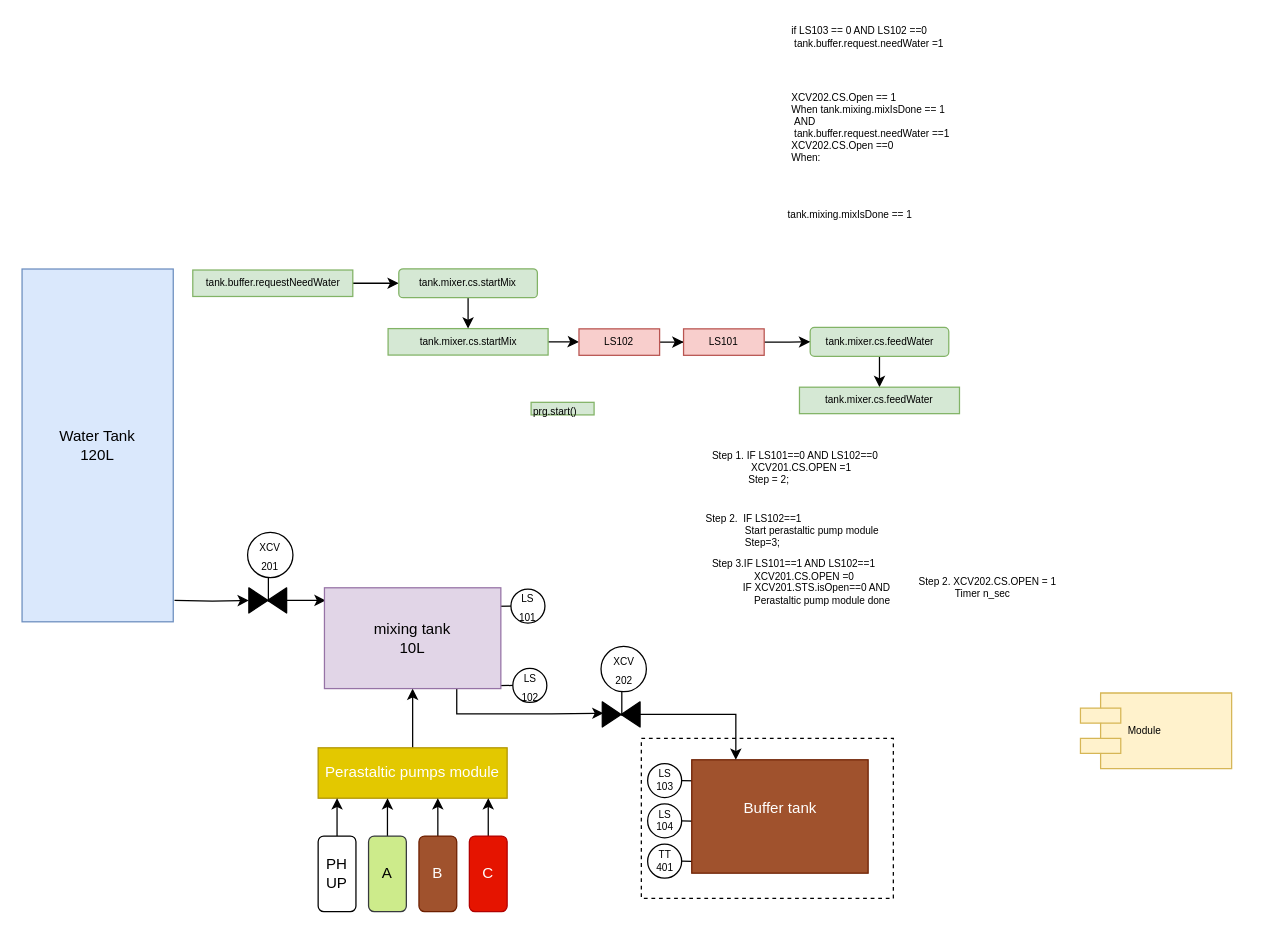
Above: растворный_узел.drawio in Johnystu/draw_io (draw.io), before the change. Source tidied: cells renumbered, new cells numbered last; positions are measured from the earlier drawing's top-left corner, leaving out a move shared by most shapes. Both pictures are drawn from the tidied source at 126%, with x=0, y=0 at pixel (21, 21).
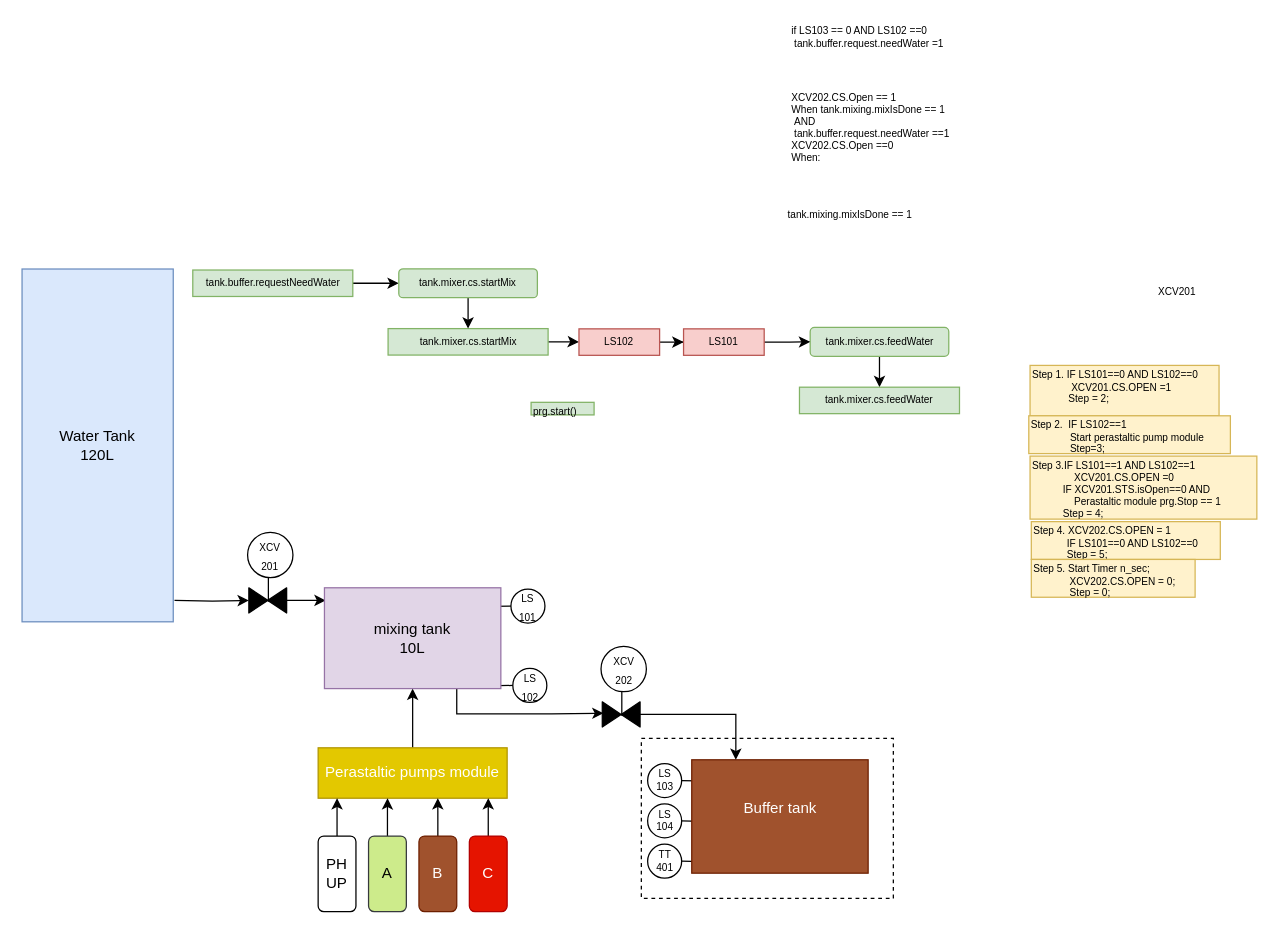
After the change.

What changed in the source:
```diff
@@
-    <mxCell id="52" value="Module" style="shape=component;align=left;spacingLeft=36;fillColor=#fff2cc;fontSize=8;strokeColor=#d6b656;" parent="1" vertex="1">
-      <mxGeometry x="840" y="532.5" width="120" height="60" as="geometry" />
-    </mxCell>
@@
-    <mxCell id="61" value="&lt;div&gt;Step 1. IF LS101==0 AND LS102==0&lt;/div&gt;&lt;div&gt;&amp;nbsp;&amp;nbsp;&amp;nbsp;&amp;nbsp;&amp;nbsp;&amp;nbsp;&amp;nbsp;&amp;nbsp;&amp;nbsp;&amp;nbsp;&amp;nbsp;&amp;nbsp;&amp;nbsp; XCV201.CS.OPEN =1&lt;/div&gt;&lt;div&gt;&amp;nbsp;&amp;nbsp;&amp;nbsp;&amp;nbsp;&amp;nbsp;&amp;nbsp;&amp;nbsp;&amp;nbsp;&amp;nbsp;&amp;nbsp;&amp;nbsp;&amp;nbsp; Step = 2;&lt;br&gt;&lt;div&gt;&lt;br&gt;&lt;/div&gt;&lt;/div&gt;" style="text;html=1;align=left;verticalAlign=top;spacingTop=-4;fontSize=8;" parent="1" vertex="1">
-      <mxGeometry x="545.5" y="337" width="150" height="40" as="geometry" />
+    <mxCell id="61" value="&lt;div&gt;Step 1. IF LS101==0 AND LS102==0&lt;/div&gt;&lt;div&gt;&amp;nbsp;&amp;nbsp;&amp;nbsp;&amp;nbsp;&amp;nbsp;&amp;nbsp;&amp;nbsp;&amp;nbsp;&amp;nbsp;&amp;nbsp;&amp;nbsp;&amp;nbsp;&amp;nbsp; XCV201.CS.OPEN =1&lt;/div&gt;&lt;div&gt;&amp;nbsp;&amp;nbsp;&amp;nbsp;&amp;nbsp;&amp;nbsp;&amp;nbsp;&amp;nbsp;&amp;nbsp;&amp;nbsp;&amp;nbsp;&amp;nbsp;&amp;nbsp; Step = 2;&lt;br&gt;&lt;div&gt;&lt;br&gt;&lt;/div&gt;&lt;/div&gt;" style="text;html=1;align=left;verticalAlign=top;spacingTop=-4;fontSize=8;fillColor=#fff2cc;strokeColor=#d6b656;" parent="1" vertex="1">
+      <mxGeometry x="800" y="272.5" width="150" height="40" as="geometry" />
     </mxCell>
-    <mxCell id="62" value="&lt;div&gt;Step 3.IF LS101==1 AND LS102==1&lt;/div&gt;&lt;div&gt;&amp;nbsp;&amp;nbsp;&amp;nbsp;&amp;nbsp;&amp;nbsp;&amp;nbsp;&amp;nbsp;&amp;nbsp;&amp;nbsp;&amp;nbsp;&amp;nbsp;&amp;nbsp;&amp;nbsp;&amp;nbsp; XCV201.CS.OPEN =0&lt;/div&gt;&lt;div&gt;&amp;nbsp;&amp;nbsp;&amp;nbsp;&amp;nbsp;&amp;nbsp;&amp;nbsp;&amp;nbsp;&amp;nbsp;&amp;nbsp;&amp;nbsp; IF XCV201.STS.isOpen==0 AND&lt;/div&gt;&lt;div&gt;&amp;nbsp;&amp;nbsp;&amp;nbsp;&amp;nbsp;&amp;nbsp;&amp;nbsp;&amp;nbsp;&amp;nbsp;&amp;nbsp;&amp;nbsp;&amp;nbsp;&amp;nbsp;&amp;nbsp;&amp;nbsp; Perastaltic pump module done&lt;br&gt;&lt;/div&gt;" style="text;html=1;align=left;verticalAlign=top;spacingTop=-4;fontSize=8;" parent="1" vertex="1">
-      <mxGeometry x="545.5" y="423" width="170" height="40" as="geometry" />
+    <mxCell id="62" value="&lt;div&gt;Step 3.IF LS101==1 AND LS102==1&lt;/div&gt;&lt;div&gt;&amp;nbsp;&amp;nbsp;&amp;nbsp;&amp;nbsp;&amp;nbsp;&amp;nbsp;&amp;nbsp;&amp;nbsp;&amp;nbsp;&amp;nbsp;&amp;nbsp;&amp;nbsp;&amp;nbsp;&amp;nbsp; XCV201.CS.OPEN =0&lt;/div&gt;&lt;div&gt;&amp;nbsp;&amp;nbsp;&amp;nbsp;&amp;nbsp;&amp;nbsp;&amp;nbsp;&amp;nbsp;&amp;nbsp;&amp;nbsp;&amp;nbsp; IF XCV201.STS.isOpen==0 AND&lt;/div&gt;&lt;div&gt;&amp;nbsp; &amp;nbsp; &amp;nbsp; &amp;nbsp; &amp;nbsp; &amp;nbsp; &amp;nbsp;&amp;nbsp; Perastaltic module prg.Stop == 1&lt;/div&gt;&lt;div&gt;&amp;nbsp;&amp;nbsp;&amp;nbsp;&amp;nbsp;&amp;nbsp;&amp;nbsp;&amp;nbsp;&amp;nbsp;&amp;nbsp;&amp;nbsp; Step = 4;&lt;/div&gt;" style="text;html=1;align=left;verticalAlign=top;spacingTop=-4;fontSize=8;fillColor=#fff2cc;strokeColor=#d6b656;" parent="1" vertex="1">
+      <mxGeometry x="800" y="344.5" width="180" height="50" as="geometry" />
     </mxCell>
-    <mxCell id="63" value="&lt;div&gt;Step 2. XCV202.CS.OPEN = 1&lt;br&gt;&lt;/div&gt;&lt;div&gt;&amp;nbsp;&amp;nbsp;&amp;nbsp;&amp;nbsp;&amp;nbsp;&amp;nbsp;&amp;nbsp;&amp;nbsp;&amp;nbsp;&amp;nbsp;&amp;nbsp;&amp;nbsp; Timer n_sec&lt;/div&gt;" style="text;html=1;align=left;verticalAlign=top;spacingTop=-4;fontSize=8;" parent="1" vertex="1">
-      <mxGeometry x="710" y="437" width="130" height="20" as="geometry" />
+    <mxCell id="63" value="&lt;div&gt;Step 4. XCV202.CS.OPEN = 1&lt;br&gt;&lt;/div&gt;&lt;div&gt;&amp;nbsp;&amp;nbsp;&amp;nbsp;&amp;nbsp;&amp;nbsp;&amp;nbsp;&amp;nbsp;&amp;nbsp;&amp;nbsp;&amp;nbsp;&amp;nbsp; IF LS101==0 AND LS102==0&lt;/div&gt;&lt;div&gt;&amp;nbsp;&amp;nbsp;&amp;nbsp;&amp;nbsp;&amp;nbsp;&amp;nbsp;&amp;nbsp;&amp;nbsp;&amp;nbsp;&amp;nbsp;&amp;nbsp; Step = 5;&lt;br&gt;&lt;/div&gt;" style="text;html=1;align=left;verticalAlign=top;spacingTop=-4;fontSize=8;fillColor=#fff2cc;strokeColor=#d6b656;" parent="1" vertex="1">
+      <mxGeometry x="801" y="396.5" width="150" height="30" as="geometry" />
     </mxCell>
-    <mxCell id="64" value="Step 2.&amp;nbsp; IF LS102==1&lt;div&gt;&amp;nbsp;&amp;nbsp;&amp;nbsp;&amp;nbsp;&amp;nbsp;&amp;nbsp;&amp;nbsp;&amp;nbsp;&amp;nbsp;&amp;nbsp;&amp;nbsp;&amp;nbsp;&amp;nbsp; Start perastaltic pump module&lt;/div&gt;&lt;div&gt;&amp;nbsp;&amp;nbsp;&amp;nbsp;&amp;nbsp;&amp;nbsp;&amp;nbsp;&amp;nbsp;&amp;nbsp;&amp;nbsp;&amp;nbsp;&amp;nbsp;&amp;nbsp;&amp;nbsp; Step=3;&lt;br&gt;&lt;/div&gt;" style="text;html=1;align=left;verticalAlign=top;spacingTop=-4;fontSize=8;" parent="1" vertex="1">
-      <mxGeometry x="540.5" y="387" width="160" height="30" as="geometry" />
+    <mxCell id="64" value="Step 2.&amp;nbsp; IF LS102==1&lt;div&gt;&amp;nbsp;&amp;nbsp;&amp;nbsp;&amp;nbsp;&amp;nbsp;&amp;nbsp;&amp;nbsp;&amp;nbsp;&amp;nbsp;&amp;nbsp;&amp;nbsp;&amp;nbsp;&amp;nbsp; Start perastaltic pump module&lt;/div&gt;&lt;div&gt;&amp;nbsp;&amp;nbsp;&amp;nbsp;&amp;nbsp;&amp;nbsp;&amp;nbsp;&amp;nbsp;&amp;nbsp;&amp;nbsp;&amp;nbsp;&amp;nbsp;&amp;nbsp;&amp;nbsp; Step=3;&lt;br&gt;&lt;/div&gt;" style="text;html=1;align=left;verticalAlign=top;spacingTop=-4;fontSize=8;fillColor=#fff2cc;strokeColor=#d6b656;" parent="1" vertex="1">
+      <mxGeometry x="799" y="312.5" width="160" height="30" as="geometry" />
     </mxCell>
+    <mxCell id="65" value="&lt;div&gt;Step 5. Start Timer n_sec;&lt;/div&gt;&lt;div&gt;&amp;nbsp;&amp;nbsp;&amp;nbsp;&amp;nbsp;&amp;nbsp;&amp;nbsp;&amp;nbsp;&amp;nbsp;&amp;nbsp;&amp;nbsp;&amp;nbsp;&amp;nbsp; XCV202.CS.OPEN = 0;&lt;br&gt;&lt;/div&gt;&lt;div&gt;&amp;nbsp;&amp;nbsp;&amp;nbsp;&amp;nbsp;&amp;nbsp;&amp;nbsp;&amp;nbsp;&amp;nbsp;&amp;nbsp;&amp;nbsp;&amp;nbsp;&amp;nbsp; Step = 0;&lt;br&gt;&lt;/div&gt;" style="text;html=1;align=left;verticalAlign=top;spacingTop=-4;fontSize=8;fillColor=#fff2cc;strokeColor=#d6b656;" parent="1" vertex="1">
+      <mxGeometry x="801" y="426.5" width="130" height="30" as="geometry" />
+    </mxCell>
+    <mxCell id="66" value="XCV201" style="text;html=1;align=left;verticalAlign=top;spacingTop=-4;fontSize=8;" parent="1" vertex="1">
+      <mxGeometry x="900" y="207" width="50" height="10" as="geometry" />
+    </mxCell>
```
